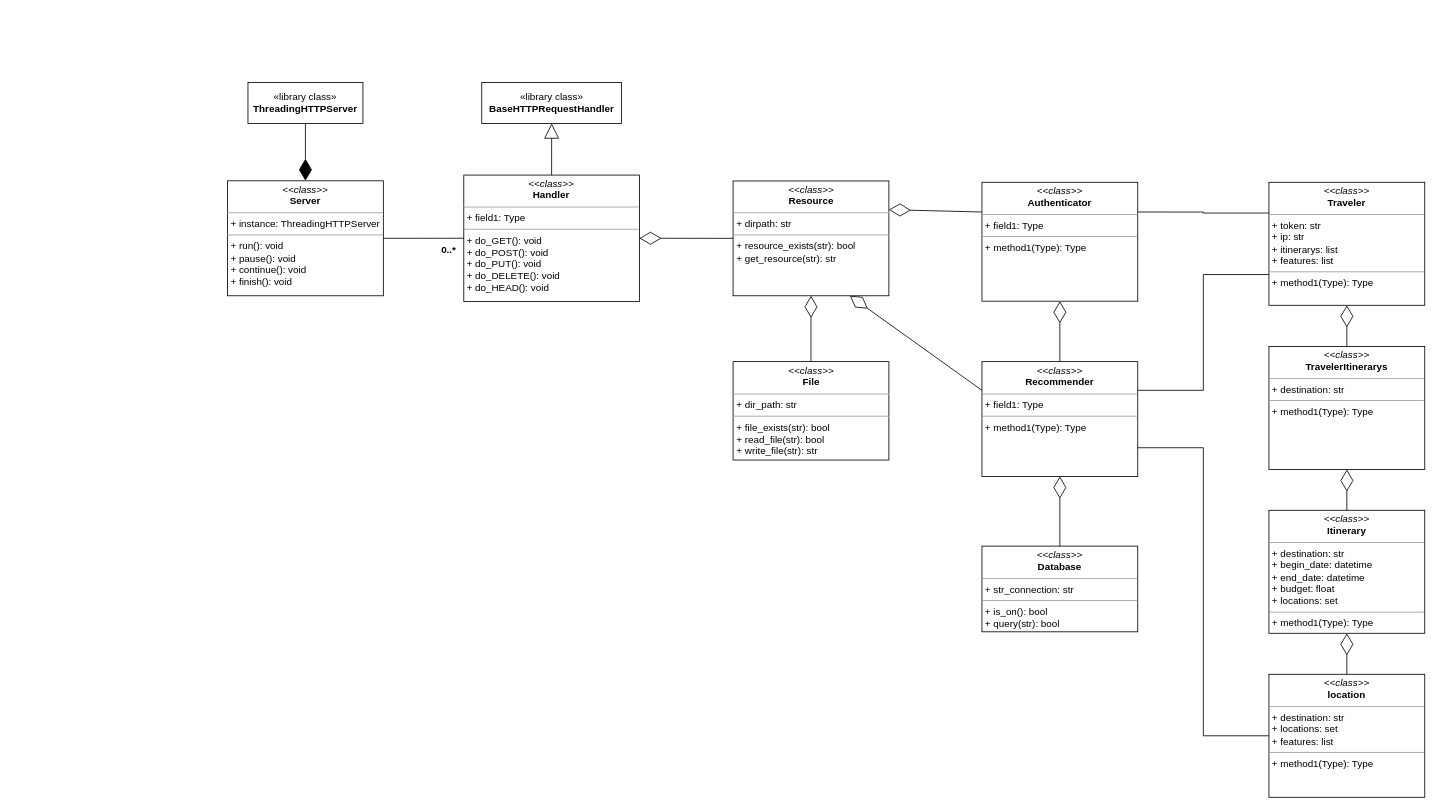
Gustavo-Fernandes-Ramos/assistente-de-viagens keeps this draw.io diagram as diagrams/class-diagram.drawio. Above is the earlier version. Source tidied: cells renumbered, new cells numbered last; positions are measured from the earlier drawing's top-left corner, leaving out a move shared by most shapes. Both pictures are drawn from the tidied source at 82%, with x=0, y=0 at pixel (227, 82).
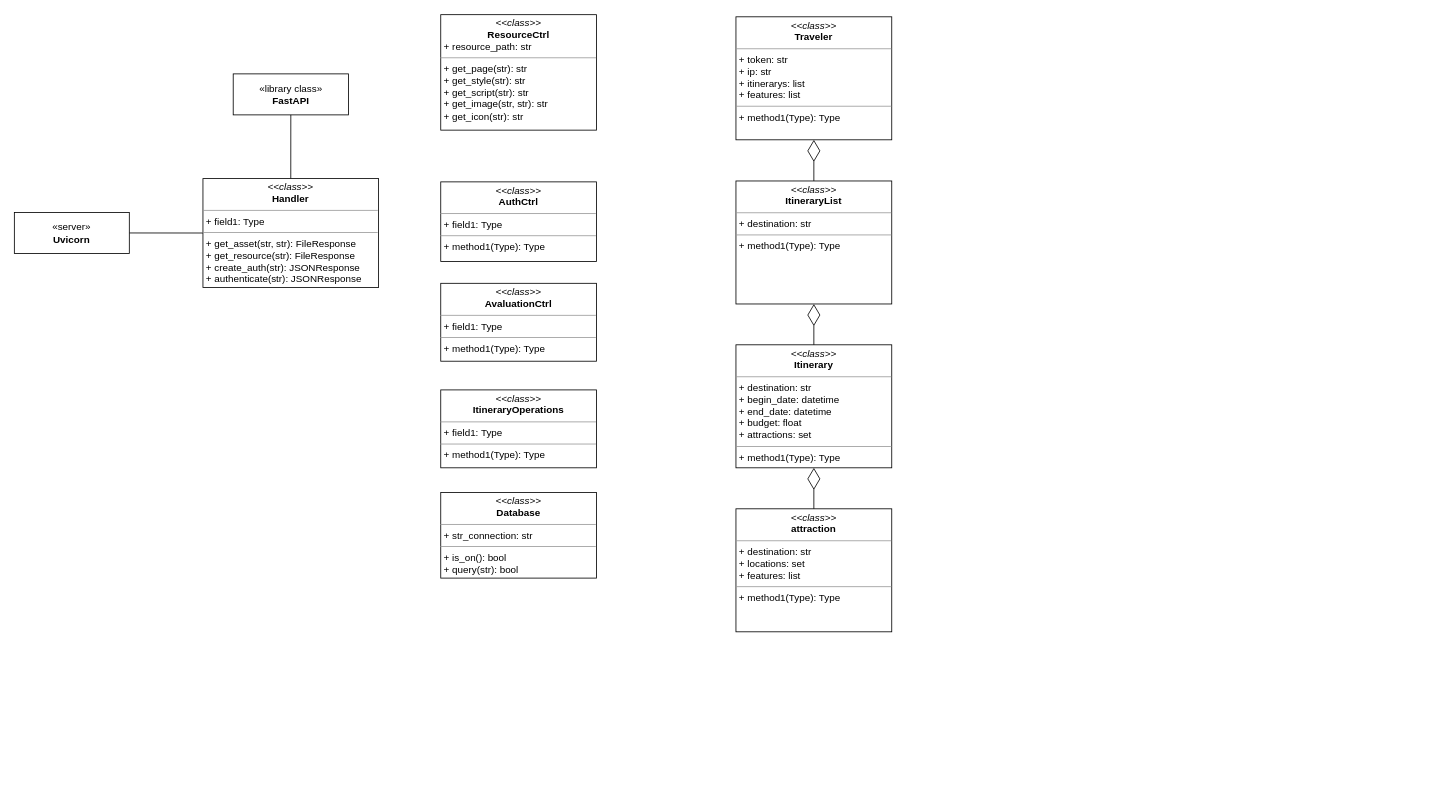
After the change.

Change to the diagram source:
```diff
@@
-    <mxCell id="2" value="&lt;p style=&quot;margin:0px;margin-top:4px;text-align:center;&quot;&gt;&lt;i&gt;&amp;lt;&amp;lt;class&amp;gt;&amp;gt;&lt;/i&gt;&lt;br&gt;&lt;b&gt;Handler&lt;/b&gt;&lt;/p&gt;&lt;hr size=&quot;1&quot;&gt;&lt;p style=&quot;margin:0px;margin-left:4px;&quot;&gt;+ field1: Type&lt;br&gt;&lt;/p&gt;&lt;hr size=&quot;1&quot;&gt;&lt;p style=&quot;margin:0px;margin-left:4px;&quot;&gt;+ do_GET(): void&lt;br&gt;+ do_POST(): void&lt;/p&gt;&lt;p style=&quot;margin:0px;margin-left:4px;&quot;&gt;+ do_PUT(): void&lt;/p&gt;&lt;p style=&quot;margin:0px;margin-left:4px;&quot;&gt;+ do_DELETE(): void&lt;br&gt;&lt;/p&gt;&lt;p style=&quot;margin:0px;margin-left:4px;&quot;&gt;+ do_HEAD(): void&lt;/p&gt;" style="verticalAlign=top;align=left;overflow=fill;fontSize=12;fontFamily=Helvetica;html=1;whiteSpace=wrap;" parent="1" vertex="1">
-      <mxGeometry x="288.1" y="113" width="214.2" height="154.1" as="geometry" />
-    </mxCell>
-    <mxCell id="3" value="&lt;p style=&quot;margin:0px;margin-top:4px;text-align:center;&quot;&gt;&lt;i&gt;&amp;lt;&amp;lt;class&amp;gt;&amp;gt;&lt;/i&gt;&lt;br&gt;&lt;b&gt;Server&lt;/b&gt;&lt;/p&gt;&lt;hr size=&quot;1&quot;&gt;&lt;p style=&quot;margin:0px;margin-left:4px;&quot;&gt;+ instance: ThreadingHTTPServer&lt;/p&gt;&lt;hr size=&quot;1&quot;&gt;&lt;p style=&quot;margin:0px;margin-left:4px;&quot;&gt;+ run(): void&lt;/p&gt;&lt;p style=&quot;margin:0px;margin-left:4px;&quot;&gt;+ pause(): void&lt;/p&gt;&lt;p style=&quot;margin:0px;margin-left:4px;&quot;&gt;+ continue(): void&lt;/p&gt;&lt;p style=&quot;margin:0px;margin-left:4px;&quot;&gt;+ finish(): void&lt;/p&gt;" style="verticalAlign=top;align=left;overflow=fill;fontSize=12;fontFamily=Helvetica;html=1;whiteSpace=wrap;" parent="1" vertex="1">
-      <mxGeometry y="120" width="190" height="140.2" as="geometry" />
-    </mxCell>
-    <mxCell id="4" value="&lt;p style=&quot;margin:0px;margin-top:4px;text-align:center;&quot;&gt;&lt;i&gt;&amp;lt;&amp;lt;class&amp;gt;&amp;gt;&lt;/i&gt;&lt;br&gt;&lt;b&gt;Resource&lt;/b&gt;&lt;/p&gt;&lt;hr size=&quot;1&quot;&gt;&lt;p style=&quot;margin:0px;margin-left:4px;&quot;&gt;+ dirpath: str&lt;br&gt;&lt;/p&gt;&lt;hr size=&quot;1&quot;&gt;&lt;p style=&quot;margin:0px;margin-left:4px;&quot;&gt;+ resource_exists(str): bool&lt;/p&gt;&lt;p style=&quot;margin:0px;margin-left:4px;&quot;&gt;+ get_resource(str): str&lt;br&gt;&lt;/p&gt;" style="verticalAlign=top;align=left;overflow=fill;fontSize=12;fontFamily=Helvetica;html=1;whiteSpace=wrap;" parent="1" vertex="1">
-      <mxGeometry x="616.5" y="120.2" width="190" height="140" as="geometry" />
-    </mxCell>
-    <mxCell id="5" value="&lt;p style=&quot;margin:0px;margin-top:4px;text-align:center;&quot;&gt;&lt;i&gt;&amp;lt;&amp;lt;class&amp;gt;&amp;gt;&lt;/i&gt;&lt;br&gt;&lt;b&gt;Authenticator&lt;/b&gt;&lt;/p&gt;&lt;hr size=&quot;1&quot;&gt;&lt;p style=&quot;margin:0px;margin-left:4px;&quot;&gt;+ field1: Type&lt;br&gt;&lt;/p&gt;&lt;hr size=&quot;1&quot;&gt;&lt;p style=&quot;margin:0px;margin-left:4px;&quot;&gt;+ method1(Type): Type&lt;br&gt;&lt;/p&gt;" style="verticalAlign=top;align=left;overflow=fill;fontSize=12;fontFamily=Helvetica;html=1;whiteSpace=wrap;" parent="1" vertex="1">
-      <mxGeometry x="920" y="121.8" width="190" height="145" as="geometry" />
+    <mxCell id="5" value="&lt;p style=&quot;margin:0px;margin-top:4px;text-align:center;&quot;&gt;&lt;i&gt;&amp;lt;&amp;lt;class&amp;gt;&amp;gt;&lt;/i&gt;&lt;br&gt;&lt;b&gt;AuthCtrl&lt;/b&gt;&lt;/p&gt;&lt;hr size=&quot;1&quot;&gt;&lt;p style=&quot;margin:0px;margin-left:4px;&quot;&gt;+ field1: Type&lt;br&gt;&lt;/p&gt;&lt;hr size=&quot;1&quot;&gt;&lt;p style=&quot;margin:0px;margin-left:4px;&quot;&gt;+ method1(Type): Type&lt;br&gt;&lt;/p&gt;" style="verticalAlign=top;align=left;overflow=fill;fontSize=12;fontFamily=Helvetica;html=1;whiteSpace=wrap;" parent="1" vertex="1">
+      <mxGeometry x="260" y="121.3" width="190" height="97.1" as="geometry" />
     </mxCell>
-    <mxCell id="6" value="&lt;p style=&quot;margin:0px;margin-top:4px;text-align:center;&quot;&gt;&lt;i&gt;&amp;lt;&amp;lt;class&amp;gt;&amp;gt;&lt;/i&gt;&lt;br&gt;&lt;b&gt;Recommender&lt;/b&gt;&lt;/p&gt;&lt;hr size=&quot;1&quot;&gt;&lt;p style=&quot;margin:0px;margin-left:4px;&quot;&gt;+ field1: Type&lt;br&gt;&lt;/p&gt;&lt;hr size=&quot;1&quot;&gt;&lt;p style=&quot;margin:0px;margin-left:4px;&quot;&gt;+ method1(Type): Type&lt;br&gt;&lt;/p&gt;" style="verticalAlign=top;align=left;overflow=fill;fontSize=12;fontFamily=Helvetica;html=1;whiteSpace=wrap;" parent="1" vertex="1">
-      <mxGeometry x="920" y="340.5" width="190" height="140" as="geometry" />
+    <mxCell id="6" value="&lt;p style=&quot;margin:0px;margin-top:4px;text-align:center;&quot;&gt;&lt;i&gt;&amp;lt;&amp;lt;class&amp;gt;&amp;gt;&lt;/i&gt;&lt;br&gt;&lt;b&gt;AvaluationCtrl&lt;/b&gt;&lt;/p&gt;&lt;hr size=&quot;1&quot;&gt;&lt;p style=&quot;margin:0px;margin-left:4px;&quot;&gt;+ field1: Type&lt;br&gt;&lt;/p&gt;&lt;hr size=&quot;1&quot;&gt;&lt;p style=&quot;margin:0px;margin-left:4px;&quot;&gt;+ method1(Type): Type&lt;br&gt;&lt;/p&gt;" style="verticalAlign=top;align=left;overflow=fill;fontSize=12;fontFamily=Helvetica;html=1;whiteSpace=wrap;" parent="1" vertex="1">
+      <mxGeometry x="260" y="245" width="190" height="95" as="geometry" />
     </mxCell>
-    <mxCell id="7" style="endArrow=none;html=1;edgeStyle=orthogonalEdgeStyle;rounded=0;exitX=1;exitY=0.5;exitDx=0;exitDy=0;entryX=0;entryY=0.5;entryDx=0;entryDy=0;" parent="1" edge="1" source="3" target="2">
+    <mxCell id="7" style="endArrow=none;html=1;rounded=0;exitX=1;exitY=0.5;exitDx=0;exitDy=0;entryX=0;entryY=0.5;entryDx=0;entryDy=0;" parent="1" edge="1" source="11" target="33">
       <mxGeometry relative="1" as="geometry" />
     </mxCell>
-    <mxCell id="8" value="&lt;font style=&quot;font-size: 12px;&quot;&gt;&lt;b&gt;0..*&lt;/b&gt;&lt;/font&gt;" style="text;html=1;strokeColor=none;fillColor=none;align=center;verticalAlign=middle;whiteSpace=wrap;rounded=0;" parent="1" vertex="1">
-      <mxGeometry x="240" y="190" width="60" height="30" as="geometry" />
-    </mxCell>
-    <mxCell id="9" value="«library class»&lt;br&gt;&lt;b&gt;BaseHTTPRequestHandler&lt;/b&gt;" style="html=1;whiteSpace=wrap;" parent="1" vertex="1">
-      <mxGeometry x="310" width="170.5" height="50" as="geometry" />
+    <mxCell id="9" value="«library class»&lt;br&gt;&lt;b&gt;FastAPI&lt;/b&gt;" style="html=1;whiteSpace=wrap;" parent="1" vertex="1">
+      <mxGeometry x="6.9" y="-10.4" width="140.5" height="50" as="geometry" />
     </mxCell>
-    <mxCell id="10" style="endArrow=block;endSize=16;endFill=0;html=1;rounded=0;entryX=0.5;entryY=1;entryDx=0;entryDy=0;exitX=0.5;exitY=0;exitDx=0;exitDy=0;" parent="1" edge="1" source="2" target="9">
-      <mxGeometry relative="1" as="geometry" />
-    </mxCell>
-    <mxCell id="11" value="«library class»&lt;br&gt;&lt;b&gt;ThreadingHTTPServer&lt;/b&gt;" style="html=1;whiteSpace=wrap;" parent="1" vertex="1">
-      <mxGeometry x="24.9" width="140.2" height="50" as="geometry" />
+    <mxCell id="11" value="«server»&lt;br&gt;&lt;b&gt;Uvicorn&lt;/b&gt;" style="html=1;whiteSpace=wrap;" parent="1" vertex="1">
+      <mxGeometry x="-260" y="158.6" width="140.2" height="50" as="geometry" />
     </mxCell>
-    <mxCell id="12" style="endArrow=diamondThin;endFill=1;endSize=24;html=1;rounded=0;exitX=0.5;exitY=1;exitDx=0;exitDy=0;entryX=0.5;entryY=0;entryDx=0;entryDy=0;" parent="1" edge="1" source="11" target="3">
-      <mxGeometry relative="1" as="geometry" />
-    </mxCell>
-    <mxCell id="13" style="endArrow=diamondThin;endFill=0;endSize=24;html=1;rounded=0;entryX=1;entryY=0.5;entryDx=0;entryDy=0;exitX=0;exitY=0.5;exitDx=0;exitDy=0;" parent="1" edge="1" source="4" target="2">
-      <mxGeometry relative="1" as="geometry" />
-    </mxCell>
-    <mxCell id="14" style="endArrow=diamondThin;endFill=0;endSize=24;html=1;rounded=0;entryX=0.5;entryY=1;entryDx=0;entryDy=0;exitX=0.5;exitY=0;exitDx=0;exitDy=0;" parent="1" edge="1" source="15" target="6">
-      <mxGeometry relative="1" as="geometry" />
-    </mxCell>
     <mxCell id="15" value="&lt;p style=&quot;margin:0px;margin-top:4px;text-align:center;&quot;&gt;&lt;i&gt;&amp;lt;&amp;lt;class&amp;gt;&amp;gt;&lt;/i&gt;&lt;br&gt;&lt;b&gt;Database&lt;/b&gt;&lt;/p&gt;&lt;hr size=&quot;1&quot;&gt;&lt;p style=&quot;margin:0px;margin-left:4px;&quot;&gt;+ str_connection: str&lt;br&gt;&lt;/p&gt;&lt;hr size=&quot;1&quot;&gt;&lt;p style=&quot;border-color: var(--border-color); margin: 0px 0px 0px 4px;&quot;&gt;+ is_on(): bool&lt;/p&gt;&lt;p style=&quot;margin:0px;margin-left:4px;&quot;&gt;+ query(str): bool&lt;/p&gt;" style="verticalAlign=top;align=left;overflow=fill;fontSize=12;fontFamily=Helvetica;html=1;whiteSpace=wrap;" parent="1" vertex="1">
-      <mxGeometry x="920" y="565.5" width="190" height="104.5" as="geometry" />
+      <mxGeometry x="260" y="500" width="190" height="104.5" as="geometry" />
     </mxCell>
-    <mxCell id="16" value="&lt;p style=&quot;margin:0px;margin-top:4px;text-align:center;&quot;&gt;&lt;i&gt;&amp;lt;&amp;lt;class&amp;gt;&amp;gt;&lt;/i&gt;&lt;br&gt;&lt;b&gt;File&lt;/b&gt;&lt;/p&gt;&lt;hr size=&quot;1&quot;&gt;&lt;p style=&quot;margin:0px;margin-left:4px;&quot;&gt;+ dir_path: str&lt;br&gt;&lt;/p&gt;&lt;hr size=&quot;1&quot;&gt;&lt;p style=&quot;border-color: var(--border-color); margin: 0px 0px 0px 4px;&quot;&gt;+ file_exists(str): bool&lt;/p&gt;&lt;p style=&quot;margin:0px;margin-left:4px;&quot;&gt;+ read_file(str): bool&lt;/p&gt;&lt;p style=&quot;margin:0px;margin-left:4px;&quot;&gt;+ write_file(str): str&lt;br&gt;&lt;/p&gt;" style="verticalAlign=top;align=left;overflow=fill;fontSize=12;fontFamily=Helvetica;html=1;whiteSpace=wrap;" parent="1" vertex="1">
-      <mxGeometry x="616.5" y="340.5" width="190" height="120" as="geometry" />
-    </mxCell>
@@
-    <mxCell id="18" value="&lt;p style=&quot;margin:0px;margin-top:4px;text-align:center;&quot;&gt;&lt;i&gt;&amp;lt;&amp;lt;class&amp;gt;&amp;gt;&lt;/i&gt;&lt;br&gt;&lt;b&gt;Itinerary&lt;/b&gt;&lt;/p&gt;&lt;hr size=&quot;1&quot;&gt;&lt;p style=&quot;margin:0px;margin-left:4px;&quot;&gt;+ destination: str&lt;/p&gt;&lt;p style=&quot;margin:0px;margin-left:4px;&quot;&gt;+ begin_date: datetime&lt;br&gt;&lt;/p&gt;&lt;p style=&quot;margin:0px;margin-left:4px;&quot;&gt;+ end_date: datetime&lt;/p&gt;&lt;p style=&quot;margin:0px;margin-left:4px;&quot;&gt;+ budget: float&lt;/p&gt;&lt;p style=&quot;margin:0px;margin-left:4px;&quot;&gt;+ locations: set&amp;nbsp;&lt;/p&gt;&lt;hr size=&quot;1&quot;&gt;&lt;p style=&quot;margin:0px;margin-left:4px;&quot;&gt;+ method1(Type): Type&lt;br&gt;&lt;/p&gt;" style="verticalAlign=top;align=left;overflow=fill;fontSize=12;fontFamily=Helvetica;html=1;whiteSpace=wrap;" parent="1" vertex="1">
-      <mxGeometry x="1270" y="521.8" width="190" height="150" as="geometry" />
+    <mxCell id="18" value="&lt;p style=&quot;margin:0px;margin-top:4px;text-align:center;&quot;&gt;&lt;i&gt;&amp;lt;&amp;lt;class&amp;gt;&amp;gt;&lt;/i&gt;&lt;br&gt;&lt;b&gt;Itinerary&lt;/b&gt;&lt;/p&gt;&lt;hr size=&quot;1&quot;&gt;&lt;p style=&quot;margin:0px;margin-left:4px;&quot;&gt;+ destination: str&lt;/p&gt;&lt;p style=&quot;margin:0px;margin-left:4px;&quot;&gt;+ begin_date: datetime&lt;br&gt;&lt;/p&gt;&lt;p style=&quot;margin:0px;margin-left:4px;&quot;&gt;+ end_date: datetime&lt;/p&gt;&lt;p style=&quot;margin:0px;margin-left:4px;&quot;&gt;+ budget: float&lt;/p&gt;&lt;p style=&quot;margin:0px;margin-left:4px;&quot;&gt;+ attractions: set&amp;nbsp;&lt;/p&gt;&lt;hr size=&quot;1&quot;&gt;&lt;p style=&quot;margin:0px;margin-left:4px;&quot;&gt;+ method1(Type): Type&lt;br&gt;&lt;/p&gt;" style="verticalAlign=top;align=left;overflow=fill;fontSize=12;fontFamily=Helvetica;html=1;whiteSpace=wrap;" parent="1" vertex="1">
+      <mxGeometry x="620" y="320" width="190" height="150" as="geometry" />
     </mxCell>
-    <mxCell id="19" value="&lt;p style=&quot;margin:0px;margin-top:4px;text-align:center;&quot;&gt;&lt;i&gt;&amp;lt;&amp;lt;class&amp;gt;&amp;gt;&lt;/i&gt;&lt;br&gt;&lt;b&gt;location&lt;/b&gt;&lt;/p&gt;&lt;hr size=&quot;1&quot;&gt;&lt;p style=&quot;margin:0px;margin-left:4px;&quot;&gt;+ destination: str&lt;/p&gt;&lt;p style=&quot;margin:0px;margin-left:4px;&quot;&gt;+ locations: set&amp;nbsp;&lt;/p&gt;&lt;p style=&quot;margin:0px;margin-left:4px;&quot;&gt;+ features: list&lt;/p&gt;&lt;hr size=&quot;1&quot;&gt;&lt;p style=&quot;margin:0px;margin-left:4px;&quot;&gt;+ method1(Type): Type&lt;br&gt;&lt;/p&gt;" style="verticalAlign=top;align=left;overflow=fill;fontSize=12;fontFamily=Helvetica;html=1;whiteSpace=wrap;" parent="1" vertex="1">
-      <mxGeometry x="1270" y="721.8" width="190" height="150" as="geometry" />
+    <mxCell id="19" value="&lt;p style=&quot;margin:0px;margin-top:4px;text-align:center;&quot;&gt;&lt;i&gt;&amp;lt;&amp;lt;class&amp;gt;&amp;gt;&lt;/i&gt;&lt;br&gt;&lt;b&gt;attraction&lt;/b&gt;&lt;/p&gt;&lt;hr size=&quot;1&quot;&gt;&lt;p style=&quot;margin:0px;margin-left:4px;&quot;&gt;+ destination: str&lt;/p&gt;&lt;p style=&quot;margin:0px;margin-left:4px;&quot;&gt;+ locations: set&amp;nbsp;&lt;/p&gt;&lt;p style=&quot;margin:0px;margin-left:4px;&quot;&gt;+ features: list&lt;/p&gt;&lt;hr size=&quot;1&quot;&gt;&lt;p style=&quot;margin:0px;margin-left:4px;&quot;&gt;+ method1(Type): Type&lt;br&gt;&lt;/p&gt;" style="verticalAlign=top;align=left;overflow=fill;fontSize=12;fontFamily=Helvetica;html=1;whiteSpace=wrap;" parent="1" vertex="1">
+      <mxGeometry x="620" y="520" width="190" height="150" as="geometry" />
     </mxCell>
@@
-    <mxCell id="21" value="&lt;p style=&quot;margin:0px;margin-top:4px;text-align:center;&quot;&gt;&lt;i&gt;&amp;lt;&amp;lt;class&amp;gt;&amp;gt;&lt;/i&gt;&lt;br&gt;&lt;b&gt;TravelerItinerarys&lt;/b&gt;&lt;/p&gt;&lt;hr size=&quot;1&quot;&gt;&lt;p style=&quot;margin:0px;margin-left:4px;&quot;&gt;+ destination: str&lt;/p&gt;&lt;hr size=&quot;1&quot;&gt;&lt;p style=&quot;margin:0px;margin-left:4px;&quot;&gt;+ method1(Type): Type&lt;br&gt;&lt;/p&gt;" style="verticalAlign=top;align=left;overflow=fill;fontSize=12;fontFamily=Helvetica;html=1;whiteSpace=wrap;" parent="1" vertex="1">
-      <mxGeometry x="1270" y="322" width="190" height="150" as="geometry" />
+    <mxCell id="21" value="&lt;p style=&quot;margin:0px;margin-top:4px;text-align:center;&quot;&gt;&lt;i&gt;&amp;lt;&amp;lt;class&amp;gt;&amp;gt;&lt;/i&gt;&lt;br&gt;&lt;b&gt;ItineraryList&lt;/b&gt;&lt;/p&gt;&lt;hr size=&quot;1&quot;&gt;&lt;p style=&quot;margin:0px;margin-left:4px;&quot;&gt;+ destination: str&lt;/p&gt;&lt;hr size=&quot;1&quot;&gt;&lt;p style=&quot;margin:0px;margin-left:4px;&quot;&gt;+ method1(Type): Type&lt;br&gt;&lt;/p&gt;" style="verticalAlign=top;align=left;overflow=fill;fontSize=12;fontFamily=Helvetica;html=1;whiteSpace=wrap;" parent="1" vertex="1">
+      <mxGeometry x="620" y="120.2" width="190" height="150" as="geometry" />
     </mxCell>
@@
     <mxCell id="23" value="&lt;p style=&quot;margin:0px;margin-top:4px;text-align:center;&quot;&gt;&lt;i&gt;&amp;lt;&amp;lt;class&amp;gt;&amp;gt;&lt;/i&gt;&lt;br&gt;&lt;b&gt;Traveler&lt;/b&gt;&lt;/p&gt;&lt;hr size=&quot;1&quot;&gt;&lt;p style=&quot;margin:0px;margin-left:4px;&quot;&gt;+ token: str&lt;/p&gt;&lt;p style=&quot;margin:0px;margin-left:4px;&quot;&gt;+ ip: str&lt;/p&gt;&lt;p style=&quot;margin:0px;margin-left:4px;&quot;&gt;+ itinerarys: list&lt;/p&gt;&lt;p style=&quot;margin:0px;margin-left:4px;&quot;&gt;+ features: list&lt;/p&gt;&lt;hr size=&quot;1&quot;&gt;&lt;p style=&quot;margin:0px;margin-left:4px;&quot;&gt;+ method1(Type): Type&lt;br&gt;&lt;/p&gt;" style="verticalAlign=top;align=left;overflow=fill;fontSize=12;fontFamily=Helvetica;html=1;whiteSpace=wrap;" parent="1" vertex="1">
-      <mxGeometry x="1270" y="121.8" width="190" height="150" as="geometry" />
+      <mxGeometry x="620" y="-80" width="190" height="150" as="geometry" />
     </mxCell>
@@
-    <mxCell id="25" style="endArrow=none;html=1;edgeStyle=orthogonalEdgeStyle;rounded=0;exitX=1;exitY=0.75;exitDx=0;exitDy=0;entryX=0;entryY=0.5;entryDx=0;entryDy=0;" parent="1" edge="1" source="6" target="19">
-      <mxGeometry relative="1" as="geometry" />
-    </mxCell>
-    <mxCell id="26" style="endArrow=none;html=1;edgeStyle=orthogonalEdgeStyle;rounded=0;exitX=0;exitY=0.75;exitDx=0;exitDy=0;entryX=1;entryY=0.25;entryDx=0;entryDy=0;" parent="1" edge="1" source="23" target="6">
-      <mxGeometry relative="1" as="geometry" />
-    </mxCell>
-    <mxCell id="27" style="endArrow=none;html=1;edgeStyle=orthogonalEdgeStyle;rounded=0;exitX=0;exitY=0.25;exitDx=0;exitDy=0;entryX=1;entryY=0.25;entryDx=0;entryDy=0;" parent="1" edge="1" source="23" target="5">
-      <mxGeometry relative="1" as="geometry" />
-    </mxCell>
-    <mxCell id="28" style="endArrow=diamondThin;endFill=0;endSize=24;html=1;rounded=0;entryX=0.5;entryY=1;entryDx=0;entryDy=0;exitX=0.5;exitY=0;exitDx=0;exitDy=0;" parent="1" edge="1" source="16" target="4">
-      <mxGeometry relative="1" as="geometry" />
-    </mxCell>
-    <mxCell id="29" style="endArrow=diamondThin;endFill=0;endSize=24;html=1;rounded=0;entryX=0.5;entryY=1;entryDx=0;entryDy=0;exitX=0.5;exitY=0;exitDx=0;exitDy=0;" parent="1" edge="1" source="6" target="5">
-      <mxGeometry relative="1" as="geometry" />
-    </mxCell>
-    <mxCell id="30" style="endArrow=diamondThin;endFill=0;endSize=24;html=1;rounded=0;entryX=0.75;entryY=1;entryDx=0;entryDy=0;exitX=0;exitY=0.25;exitDx=0;exitDy=0;" parent="1" edge="1" source="6" target="4">
-      <mxGeometry relative="1" as="geometry" />
-    </mxCell>
-    <mxCell id="31" style="endArrow=diamondThin;endFill=0;endSize=24;html=1;rounded=0;exitX=0;exitY=0.25;exitDx=0;exitDy=0;entryX=1;entryY=0.25;entryDx=0;entryDy=0;" parent="1" edge="1" source="5" target="4">
-      <mxGeometry relative="1" as="geometry" />
-    </mxCell>
+    <mxCell id="32" style="endArrow=none;html=1;rounded=0;exitX=0.5;exitY=1;exitDx=0;exitDy=0;entryX=0.5;entryY=0;entryDx=0;entryDy=0;" parent="1" edge="1" source="9" target="33">
+      <mxGeometry relative="1" as="geometry" />
+    </mxCell>
+    <mxCell id="33" value="&lt;p style=&quot;margin:0px;margin-top:4px;text-align:center;&quot;&gt;&lt;i&gt;&amp;lt;&amp;lt;class&amp;gt;&amp;gt;&lt;/i&gt;&lt;br&gt;&lt;b&gt;Handler&lt;/b&gt;&lt;/p&gt;&lt;hr size=&quot;1&quot;&gt;&lt;p style=&quot;margin:0px;margin-left:4px;&quot;&gt;+ field1: Type&lt;br&gt;&lt;/p&gt;&lt;hr size=&quot;1&quot;&gt;&lt;p style=&quot;margin:0px;margin-left:4px;&quot;&gt;+ get_asset(str, str): FileResponse&lt;br&gt;+ get_resource(str): FileResponse&lt;/p&gt;&lt;p style=&quot;margin:0px;margin-left:4px;&quot;&gt;+ create_auth(str): JSONResponse&lt;/p&gt;&lt;p style=&quot;margin:0px;margin-left:4px;&quot;&gt;+ authenticate(str): JSONResponse&lt;/p&gt;&lt;p style=&quot;margin:0px;margin-left:4px;&quot;&gt;&lt;br&gt;&lt;/p&gt;" style="verticalAlign=top;align=left;overflow=fill;fontSize=12;fontFamily=Helvetica;html=1;whiteSpace=wrap;" parent="1" vertex="1">
+      <mxGeometry x="-30" y="117.3" width="214.2" height="132.7" as="geometry" />
+    </mxCell>
+    <mxCell id="34" value="&lt;p style=&quot;margin:0px;margin-top:4px;text-align:center;&quot;&gt;&lt;i&gt;&amp;lt;&amp;lt;class&amp;gt;&amp;gt;&lt;/i&gt;&lt;br&gt;&lt;b&gt;ItineraryOperations&lt;/b&gt;&lt;/p&gt;&lt;hr size=&quot;1&quot;&gt;&lt;p style=&quot;margin:0px;margin-left:4px;&quot;&gt;+ field1: Type&lt;br&gt;&lt;/p&gt;&lt;hr size=&quot;1&quot;&gt;&lt;p style=&quot;margin:0px;margin-left:4px;&quot;&gt;+ method1(Type): Type&lt;br&gt;&lt;/p&gt;" style="verticalAlign=top;align=left;overflow=fill;fontSize=12;fontFamily=Helvetica;html=1;whiteSpace=wrap;" parent="1" vertex="1">
+      <mxGeometry x="260" y="375" width="190" height="95" as="geometry" />
+    </mxCell>
+    <mxCell id="35" value="&lt;p style=&quot;margin:0px;margin-top:4px;text-align:center;&quot;&gt;&lt;i&gt;&amp;lt;&amp;lt;class&amp;gt;&amp;gt;&lt;/i&gt;&lt;br&gt;&lt;b&gt;ResourceCtrl&lt;/b&gt;&lt;/p&gt;&lt;p style=&quot;margin:0px;margin-left:4px;&quot;&gt;+ resource_path: str&lt;br&gt;&lt;/p&gt;&lt;hr size=&quot;1&quot;&gt;&lt;p style=&quot;margin:0px;margin-left:4px;&quot;&gt;+ get_page(str): str&lt;br&gt;&lt;/p&gt;&lt;p style=&quot;margin:0px;margin-left:4px;&quot;&gt;+ get_style(str): str&lt;br&gt;&lt;/p&gt;&lt;p style=&quot;margin:0px;margin-left:4px;&quot;&gt;+ get_script(str): str&lt;/p&gt;&lt;p style=&quot;margin:0px;margin-left:4px;&quot;&gt;+ get_image(str, str): str&lt;/p&gt;&lt;p style=&quot;margin:0px;margin-left:4px;&quot;&gt;+ get_icon(str): str&lt;/p&gt;" style="verticalAlign=top;align=left;overflow=fill;fontSize=12;fontFamily=Helvetica;html=1;whiteSpace=wrap;" parent="1" vertex="1">
+      <mxGeometry x="260" y="-82.6" width="190" height="140.8" as="geometry" />
+    </mxCell>
```
